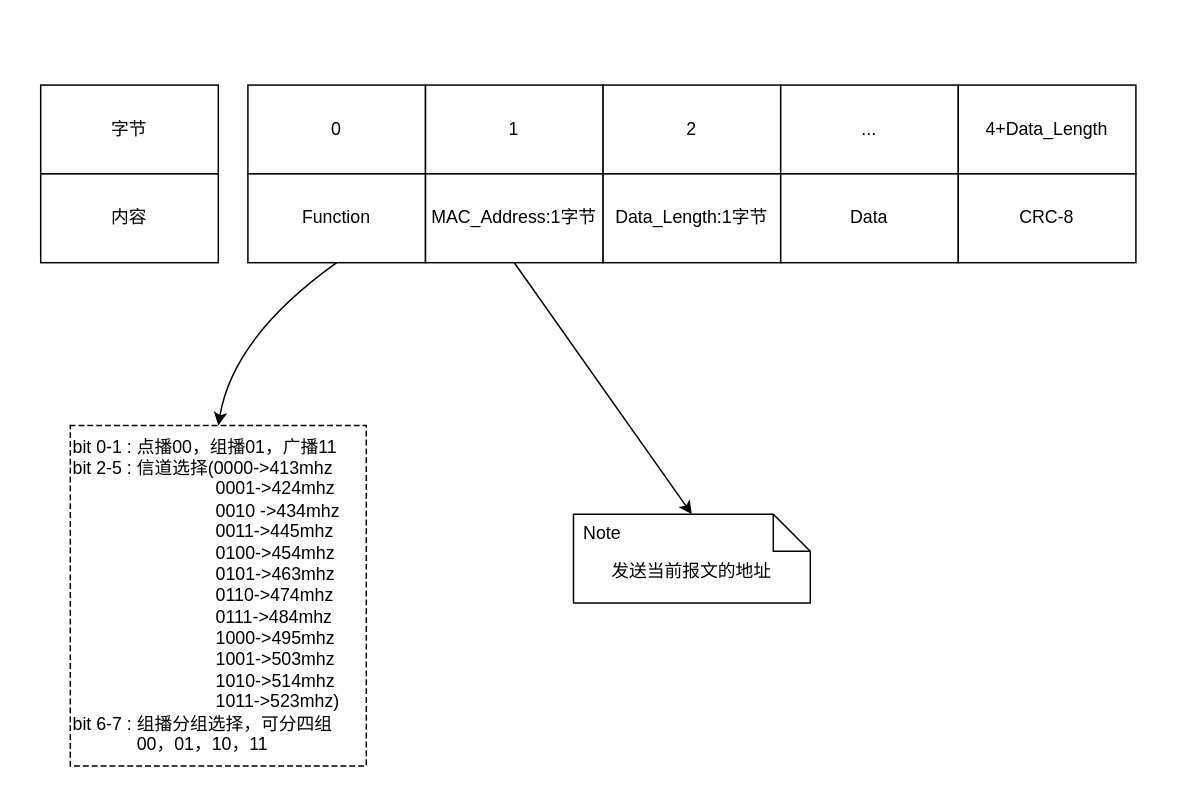
The draw.io diagram page "数据链路层数据格式" (2 of 5) of Design/design.drawio in HZC-AND/LORA_WLAN, before the edit. Source tidied: cells renumbered, new cells numbered last; positions are measured from the earlier drawing's top-left corner, leaving out a move shared by most shapes. Both pictures are drawn from the tidied source at 148%, with x=0, y=0 at pixel (40, 84).
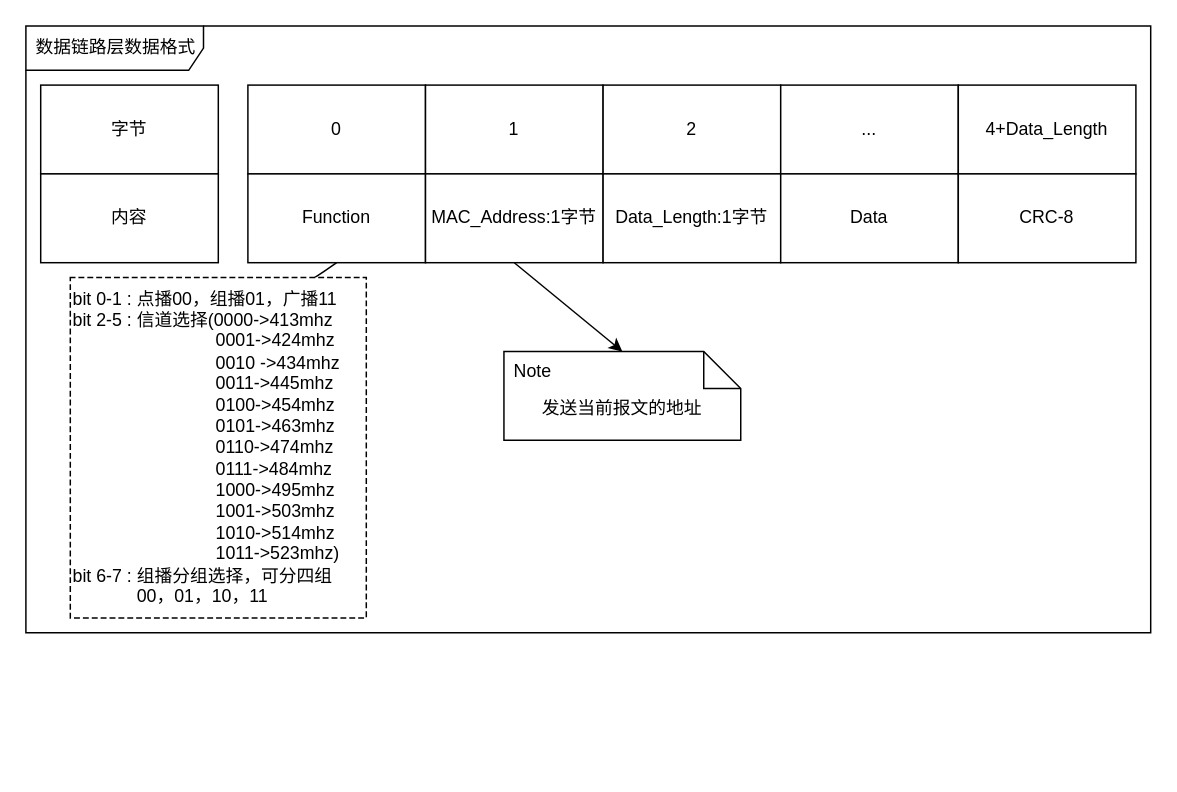
The same diagram, later.

What changed in the source:
```diff
@@
     <mxCell id="16" value="bit 0-1 : 点播00，组播01，广播11&lt;br&gt;bit 2-5 : 信道选择(0000-&amp;gt;413mhz&lt;br&gt;&lt;span style=&quot;white-space: pre&quot;&gt;&#9;&lt;/span&gt;&lt;span style=&quot;white-space: pre&quot;&gt;&#9;&lt;/span&gt;&lt;span style=&quot;white-space: pre&quot;&gt;&#9;&lt;/span&gt;&amp;nbsp; &amp;nbsp; &amp;nbsp;0001-&amp;gt;424mhz&lt;br&gt;&lt;span style=&quot;white-space: pre&quot;&gt;&#9;&lt;/span&gt;&lt;span style=&quot;white-space: pre&quot;&gt;&#9;&lt;/span&gt;&lt;span style=&quot;white-space: pre&quot;&gt;&#9;&lt;/span&gt;&amp;nbsp; &amp;nbsp; &amp;nbsp;0010 -&amp;gt;434mhz&lt;br&gt;&lt;span style=&quot;white-space: pre&quot;&gt;&#9;&lt;/span&gt;&lt;span style=&quot;white-space: pre&quot;&gt;&#9;&lt;/span&gt;&lt;span style=&quot;white-space: pre&quot;&gt;&#9;&lt;/span&gt;&amp;nbsp; &amp;nbsp; &amp;nbsp;0011-&amp;gt;445mhz&lt;br&gt;&lt;span style=&quot;white-space: pre&quot;&gt;&#9;&lt;/span&gt;&lt;span style=&quot;white-space: pre&quot;&gt;&#9;&lt;/span&gt;&lt;span style=&quot;white-space: pre&quot;&gt;&#9;&lt;/span&gt;&amp;nbsp; &amp;nbsp; &amp;nbsp;0100-&amp;gt;454mhz&lt;br&gt;&lt;span style=&quot;white-space: pre&quot;&gt;&#9;&lt;/span&gt;&lt;span style=&quot;white-space: pre&quot;&gt;&#9;&lt;/span&gt;&lt;span style=&quot;white-space: pre&quot;&gt;&#9;&lt;/span&gt;&amp;nbsp; &amp;nbsp; &amp;nbsp;0101-&amp;gt;463mhz&lt;br&gt;&lt;span style=&quot;white-space: pre&quot;&gt;&#9;&lt;/span&gt;&lt;span style=&quot;white-space: pre&quot;&gt;&#9;&lt;/span&gt;&lt;span style=&quot;white-space: pre&quot;&gt;&#9;&lt;/span&gt;&amp;nbsp; &amp;nbsp; &amp;nbsp;0110-&amp;gt;474mhz&lt;br&gt;&lt;span style=&quot;white-space: pre&quot;&gt;&#9;&lt;/span&gt;&lt;span style=&quot;white-space: pre&quot;&gt;&#9;&lt;/span&gt;&lt;span style=&quot;white-space: pre&quot;&gt;&#9;&lt;/span&gt;&amp;nbsp; &amp;nbsp; &amp;nbsp;0111-&amp;gt;484mhz&lt;br&gt;&lt;span style=&quot;white-space: pre&quot;&gt;&#9;&lt;/span&gt;&lt;span style=&quot;white-space: pre&quot;&gt;&#9;&lt;/span&gt;&lt;span style=&quot;white-space: pre&quot;&gt;&#9;&lt;/span&gt;&amp;nbsp; &amp;nbsp; &amp;nbsp;1000-&amp;gt;495mhz&lt;br&gt;&lt;span style=&quot;white-space: pre&quot;&gt;&#9;&lt;/span&gt;&lt;span style=&quot;white-space: pre&quot;&gt;&#9;&lt;/span&gt;&lt;span style=&quot;white-space: pre&quot;&gt;&#9;&lt;/span&gt;&amp;nbsp; &amp;nbsp; &amp;nbsp;1001-&amp;gt;503mhz&lt;br&gt;&lt;span style=&quot;white-space: pre&quot;&gt;&#9;&lt;/span&gt;&lt;span style=&quot;white-space: pre&quot;&gt;&#9;&lt;/span&gt;&lt;span style=&quot;white-space: pre&quot;&gt;&#9;&lt;/span&gt;&amp;nbsp; &amp;nbsp; &amp;nbsp;1010-&amp;gt;514mhz&lt;br&gt;&lt;span style=&quot;white-space: pre&quot;&gt;&#9;&lt;/span&gt;&lt;span style=&quot;white-space: pre&quot;&gt;&#9;&lt;/span&gt;&lt;span style=&quot;white-space: pre&quot;&gt;&#9;&lt;/span&gt;&amp;nbsp; &amp;nbsp; &amp;nbsp;1011-&amp;gt;523mhz)&lt;br&gt;bit 6-7 : 组播分组选择，可分四组&lt;br&gt;&lt;span style=&quot;white-space: pre&quot;&gt;&#9;&lt;/span&gt;&amp;nbsp; &amp;nbsp; &amp;nbsp;00，01，10，11" style="shape=partialRectangle;html=1;top=1;align=left;dashed=1;" parent="1" vertex="1">
-      <mxGeometry x="20" y="230" width="200" height="230" as="geometry" />
+      <mxGeometry x="20" y="130" width="200" height="230" as="geometry" />
     </mxCell>
     <mxCell id="17" value="发送当前报文的地址" style="shape=note2;boundedLbl=1;whiteSpace=wrap;html=1;size=25;verticalAlign=top;align=center;" parent="1" vertex="1">
-      <mxGeometry x="360" y="290" width="160" height="60" as="geometry" />
+      <mxGeometry x="313" y="180" width="160" height="60" as="geometry" />
     </mxCell>
@@
+    <mxCell id="19" value="数据链路层数据格式" style="shape=umlFrame;whiteSpace=wrap;html=1;width=120;height=30;boundedLbl=1;verticalAlign=middle;align=left;spacingLeft=5;" parent="1" vertex="1">
+      <mxGeometry x="-10" y="-40" width="760" height="410" as="geometry" />
+    </mxCell>
```
